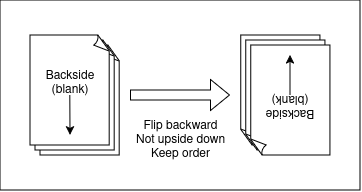
The draw.io diagram resources/paper-rearrangement.png in mrunknown850/virtual-duplex, before a commit. Source tidied: cells renumbered, new cells last; positions are measured from the earlier drawing's top-left corner, leaving out a move shared by most shapes.
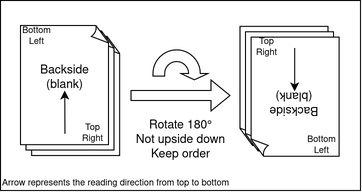
The same file after the commit.

The edit, as a diff of the source:
```diff
@@ -6,49 +6,67 @@
       <mxGeometry width="360" height="190" as="geometry" />
     </mxCell>
     <mxCell id="3" style="group;" parent="1" vertex="1">
-      <mxGeometry x="30" y="35" width="90" height="120" as="geometry" />
+      <mxGeometry x="20" y="25" width="100" height="130" as="geometry" />
     </mxCell>
     <mxCell id="4" style="whiteSpace=wrap;html=1;shape=mxgraph.basic.document;" parent="3" vertex="1">
-      <mxGeometry x="10" y="10" width="80" height="110" as="geometry" />
+      <mxGeometry x="11.1" y="10.8" width="88.9" height="119.2" as="geometry" />
     </mxCell>
     <mxCell id="5" style="whiteSpace=wrap;html=1;shape=mxgraph.basic.document;" parent="3" vertex="1">
-      <mxGeometry x="5" y="5" width="80" height="110" as="geometry" />
+      <mxGeometry x="5.6" y="5.4" width="88.9" height="119.2" as="geometry" />
     </mxCell>
     <mxCell id="6" value="&lt;div&gt;Backside&lt;/div&gt;&lt;div&gt;(blank)&lt;/div&gt;&lt;div&gt;&lt;br&gt;&lt;/div&gt;" style="whiteSpace=wrap;html=1;shape=mxgraph.basic.document;" parent="3" vertex="1">
-      <mxGeometry width="80" height="110" as="geometry" />
+      <mxGeometry width="88.9" height="119.2" as="geometry" />
     </mxCell>
     <mxCell id="7" style="endArrow=classic;html=1;rounded=0;" parent="3" edge="1">
       <mxGeometry relative="1" as="geometry">
-        <mxPoint x="39.8" y="60" as="sourcePoint" />
-        <mxPoint x="40" y="100" as="targetPoint" />
+        <mxPoint x="44.4" y="108.3" as="sourcePoint" />
+        <mxPoint x="44.2" y="65" as="targetPoint" />
       </mxGeometry>
     </mxCell>
+    <mxCell id="15" value="Top Right" style="text;html=1;whiteSpace=wrap;strokeColor=none;fillColor=none;align=center;verticalAlign=middle;rounded=0;fontSize=9;" parent="3" vertex="1">
+      <mxGeometry x="55.6" y="97.5" width="33.3" height="21.7" as="geometry" />
+    </mxCell>
+    <mxCell id="16" value="Bottom Left" style="text;html=1;whiteSpace=wrap;strokeColor=none;fillColor=none;align=center;verticalAlign=middle;rounded=0;fontSize=9;" parent="3" vertex="1">
+      <mxGeometry width="33.3" height="21.7" as="geometry" />
+    </mxCell>
     <mxCell id="8" style="group;rotation=-180;" parent="1" vertex="1">
-      <mxGeometry x="240" y="35" width="90" height="120" as="geometry" />
+      <mxGeometry x="227.5" y="15" width="100" height="130" as="geometry" />
     </mxCell>
     <mxCell id="9" style="whiteSpace=wrap;html=1;shape=mxgraph.basic.document;rotation=-180;" parent="8" vertex="1">
-      <mxGeometry width="80" height="110" as="geometry" />
+      <mxGeometry x="11.1" y="10.8" width="88.9" height="119.2" as="geometry" />
     </mxCell>
     <mxCell id="10" style="whiteSpace=wrap;html=1;shape=mxgraph.basic.document;rotation=-180;" parent="8" vertex="1">
-      <mxGeometry x="5" y="5" width="80" height="110" as="geometry" />
+      <mxGeometry x="16.7" y="16.2" width="88.9" height="119.2" as="geometry" />
     </mxCell>
     <mxCell id="11" value="&lt;div&gt;Backside&lt;/div&gt;&lt;div&gt;(blank)&lt;/div&gt;&lt;div&gt;&lt;br&gt;&lt;/div&gt;" style="whiteSpace=wrap;html=1;shape=mxgraph.basic.document;rotation=-180;horizontal=1;" parent="8" vertex="1">
-      <mxGeometry x="10" y="10" width="80" height="110" as="geometry" />
+      <mxGeometry x="22.2" y="21.7" width="88.9" height="119.2" as="geometry" />
     </mxCell>
     <mxCell id="12" style="endArrow=classic;html=1;rounded=0;" parent="8" edge="1">
       <mxGeometry relative="1" as="geometry">
-        <mxPoint x="50" y="60" as="sourcePoint" />
-        <mxPoint x="50" y="20" as="targetPoint" />
+        <mxPoint x="66.7" y="32.5" as="sourcePoint" />
+        <mxPoint x="66.7" y="75.8" as="targetPoint" />
       </mxGeometry>
     </mxCell>
+    <mxCell id="17" value="Top Right" style="text;html=1;whiteSpace=wrap;strokeColor=none;fillColor=none;align=center;verticalAlign=middle;rounded=0;fontSize=9;" parent="8" vertex="1">
+      <mxGeometry x="22.2" y="21.7" width="33.3" height="21.7" as="geometry" />
+    </mxCell>
+    <mxCell id="18" value="Bottom Left" style="text;html=1;whiteSpace=wrap;strokeColor=none;fillColor=none;align=center;verticalAlign=middle;rounded=0;fontSize=9;" parent="8" vertex="1">
+      <mxGeometry x="77.8" y="119.2" width="33.3" height="21.7" as="geometry" />
+    </mxCell>
     <mxCell id="13" style="shape=flexArrow;endArrow=classic;html=1;rounded=0;" parent="1" edge="1">
       <mxGeometry relative="1" as="geometry">
         <mxPoint x="130" y="95" as="sourcePoint" />
         <mxPoint x="230" y="95" as="targetPoint" />
       </mxGeometry>
     </mxCell>
-    <mxCell id="14" value="&lt;div&gt;Flip backward&lt;/div&gt;&lt;div&gt;Not upside down&lt;/div&gt;&lt;div&gt;Keep order&lt;/div&gt;" style="text;html=1;whiteSpace=wrap;strokeColor=none;fillColor=none;align=center;verticalAlign=middle;rounded=0;" parent="1" vertex="1">
+    <mxCell id="14" value="&lt;div&gt;Rotate 180°&lt;/div&gt;&lt;div&gt;Not upside down&lt;/div&gt;&lt;div&gt;Keep order&lt;/div&gt;" style="text;html=1;whiteSpace=wrap;strokeColor=none;fillColor=none;align=center;verticalAlign=middle;rounded=0;" parent="1" vertex="1">
       <mxGeometry x="132.5" y="125" width="95" height="30" as="geometry" />
     </mxCell>
+    <mxCell id="19" style="html=1;shadow=0;dashed=0;align=center;verticalAlign=middle;shape=mxgraph.arrows2.uTurnArrow;dy=5.83;arrowHead=27.15;dx2=6.3;direction=west;rotation=-90;" parent="1" vertex="1">
+      <mxGeometry x="166.9" y="35" width="26.2" height="55" as="geometry" />
+    </mxCell>
+    <mxCell id="20" value="Arrow represents the reading direction from top to bottom" style="text;html=1;whiteSpace=wrap;strokeColor=none;fillColor=none;align=left;verticalAlign=middle;rounded=0;fontSize=9;" parent="1" vertex="1">
+      <mxGeometry y="175" width="240" height="15" as="geometry" />
+    </mxCell>
   </root>
 </mxGraphModel>
```
